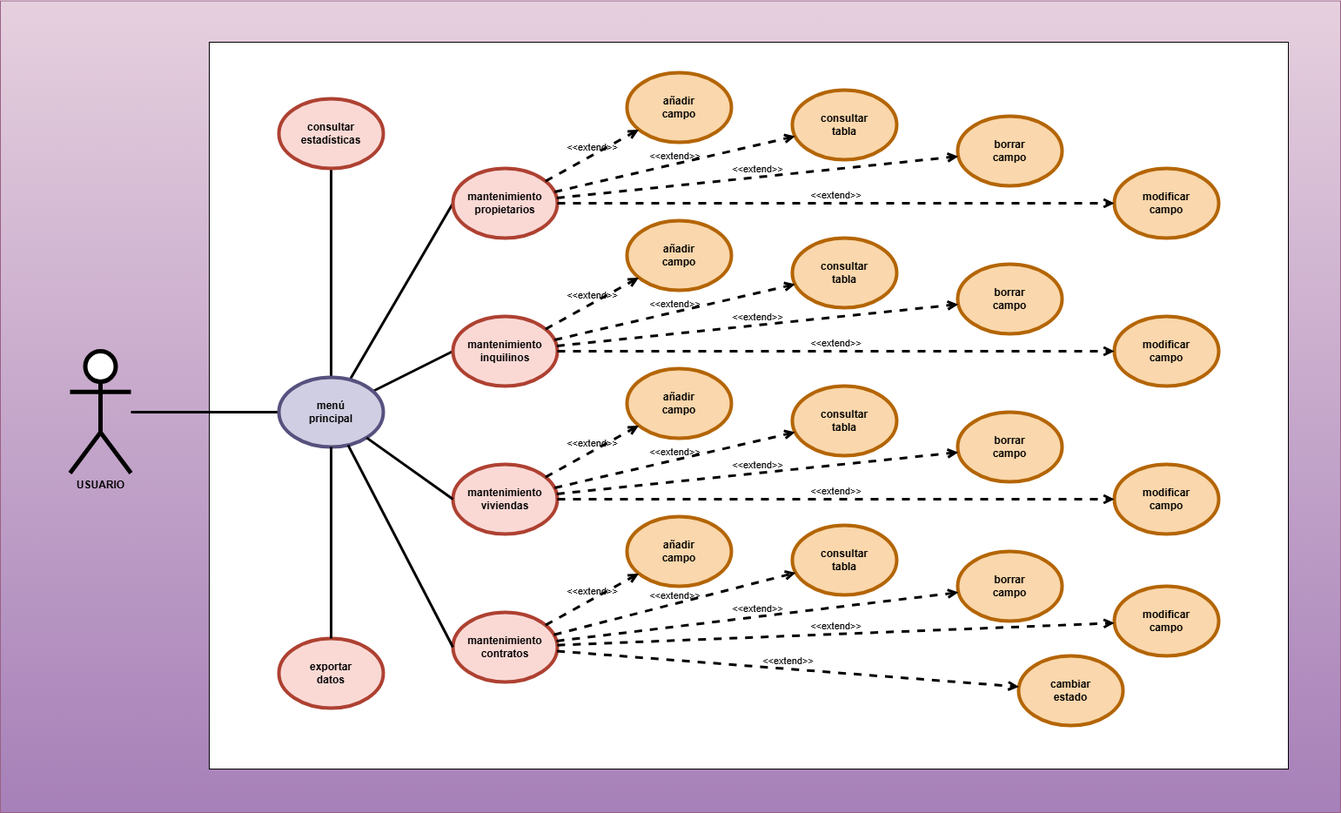
ahdexito/alquilaria keeps this draw.io diagram as DOCUMENTACION/DIAGRAMA-CASOS-USO/diagrama-casos-uso.png. Above is the earlier version. Source tidied: cells renumbered, new cells last; positions are measured from the earlier drawing's top-left corner, leaving out a move shared by most shapes.
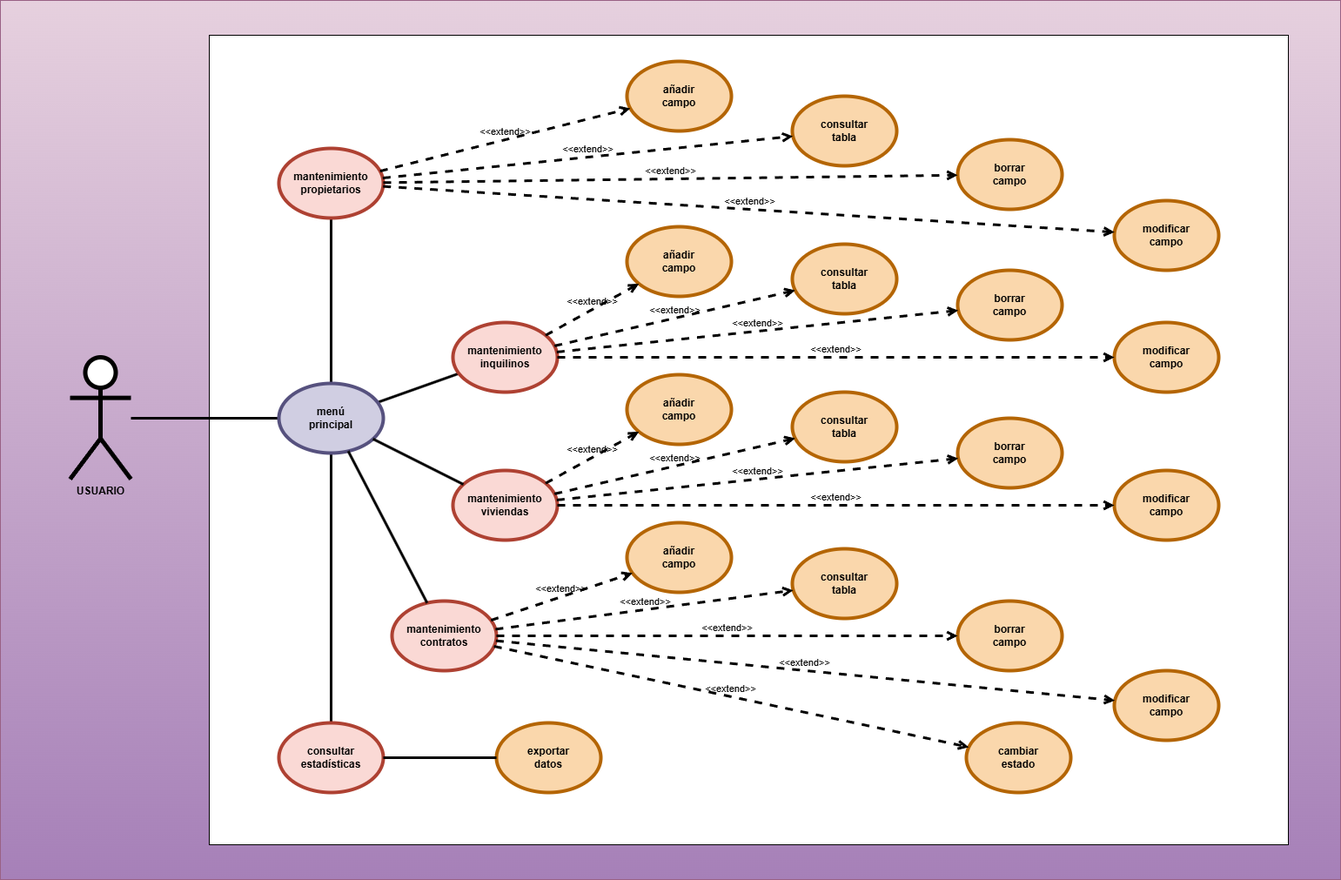
Above is the later version.

Diff of the diagram source:
```diff
@@ -3,10 +3,10 @@
     <mxCell id="0" />
     <mxCell id="1" parent="0" />
     <mxCell id="2" style="rounded=0;whiteSpace=wrap;html=1;fillColor=#e6d0de;strokeColor=#996185;gradientColor=#A680B8;" parent="1" vertex="1">
-      <mxGeometry y="-0.5" width="1540" height="932.5" as="geometry" />
+      <mxGeometry y="-8" width="1540" height="1010" as="geometry" />
     </mxCell>
     <mxCell id="3" style="rounded=0;whiteSpace=wrap;html=1;" parent="1" vertex="1">
-      <mxGeometry x="240" y="47" width="1240" height="835" as="geometry" />
+      <mxGeometry x="240" y="32" width="1240" height="930" as="geometry" />
     </mxCell>
     <mxCell id="4" style="rounded=0;jettySize=auto;html=1;endArrow=none;startFill=0;strokeWidth=3;" parent="1" edge="1" source="5" target="9">
       <mxGeometry relative="1" as="geometry" />
@@ -14,35 +14,35 @@
     <mxCell id="5" value="&lt;b&gt;USUARIO&lt;/b&gt;" style="shape=umlActor;verticalLabelPosition=bottom;verticalAlign=top;html=1;outlineConnect=0;labelBackgroundColor=none;strokeWidth=5;" parent="1" vertex="1">
       <mxGeometry x="80" y="402" width="70" height="140" as="geometry" />
     </mxCell>
-    <mxCell id="6" style="rounded=0;jettySize=auto;html=1;entryX=0;entryY=0.5;entryDx=0;entryDy=0;labelBackgroundColor=none;fontColor=default;endArrow=none;startFill=0;strokeWidth=3;" parent="1" edge="1" source="9" target="10">
+    <mxCell id="6" style="rounded=0;jettySize=auto;html=1;labelBackgroundColor=none;fontColor=default;endArrow=none;startFill=0;strokeWidth=3;" parent="1" edge="1" source="9" target="10">
       <mxGeometry relative="1" as="geometry" />
     </mxCell>
-    <mxCell id="7" style="rounded=0;jettySize=auto;html=1;entryX=0.5;entryY=0;entryDx=0;entryDy=0;labelBackgroundColor=none;fontColor=default;strokeWidth=3;" parent="1" edge="1" source="9" target="13">
+    <mxCell id="7" style="rounded=0;jettySize=auto;html=1;labelBackgroundColor=none;fontColor=default;strokeWidth=3;entryX=0.5;entryY=1;entryDx=0;entryDy=0;" parent="1" edge="1" source="9" target="13">
       <mxGeometry relative="1" as="geometry" />
     </mxCell>
-    <mxCell id="8" style="rounded=0;jettySize=auto;html=1;entryX=0;entryY=0.5;entryDx=0;entryDy=0;endArrow=none;startFill=0;strokeWidth=3;" parent="1" edge="1" source="9" target="20">
+    <mxCell id="8" style="rounded=0;jettySize=auto;html=1;endArrow=none;startFill=0;strokeWidth=3;" parent="1" edge="1" source="9" target="20">
       <mxGeometry relative="1" as="geometry" />
     </mxCell>
     <mxCell id="9" value="&lt;b&gt;menú&lt;/b&gt;&lt;div&gt;&lt;b&gt;principal&lt;/b&gt;&lt;/div&gt;" style="ellipse;whiteSpace=wrap;html=1;labelBackgroundColor=none;fillColor=#d0cee2;strokeColor=#56517e;strokeWidth=4;" parent="1" vertex="1">
       <mxGeometry x="320" y="432" width="120" height="80" as="geometry" />
     </mxCell>
     <mxCell id="10" value="&lt;div&gt;&lt;b&gt;mantenimiento&lt;/b&gt;&lt;/div&gt;&lt;div&gt;&lt;b&gt;propietarios&lt;br&gt;&lt;/b&gt;&lt;/div&gt;" style="ellipse;whiteSpace=wrap;html=1;labelBackgroundColor=none;fillColor=#fad9d5;strokeColor=#ae4132;strokeWidth=4;" parent="1" vertex="1">
-      <mxGeometry x="520" y="192" width="120" height="80" as="geometry" />
+      <mxGeometry x="320" y="162" width="120" height="80" as="geometry" />
     </mxCell>
     <mxCell id="11" value="&lt;div&gt;&lt;b&gt;añadir&lt;/b&gt;&lt;/div&gt;&lt;div&gt;&lt;b&gt;campo&lt;br&gt;&lt;/b&gt;&lt;/div&gt;" style="ellipse;whiteSpace=wrap;html=1;labelBackgroundColor=none;fillColor=#fad7ac;strokeColor=#b46504;strokeWidth=4;" parent="1" vertex="1">
-      <mxGeometry x="720" y="82" width="120" height="80" as="geometry" />
+      <mxGeometry x="720" y="62" width="120" height="80" as="geometry" />
     </mxCell>
     <mxCell id="12" value="&lt;div&gt;&lt;b&gt;consultar&lt;/b&gt;&lt;/div&gt;&lt;div&gt;&lt;b&gt;tabla&lt;br&gt;&lt;/b&gt;&lt;/div&gt;" style="ellipse;whiteSpace=wrap;html=1;labelBackgroundColor=none;fillColor=#fad7ac;strokeColor=#b46504;strokeWidth=4;" parent="1" vertex="1">
       <mxGeometry x="910" y="102" width="120" height="80" as="geometry" />
     </mxCell>
     <mxCell id="13" value="&lt;div&gt;&lt;b&gt;consultar&lt;/b&gt;&lt;/div&gt;&lt;div&gt;&lt;b&gt;estadísticas&lt;br&gt;&lt;/b&gt;&lt;/div&gt;" style="ellipse;whiteSpace=wrap;html=1;labelBackgroundColor=none;fillColor=#fad9d5;strokeColor=#ae4132;strokeWidth=4;" parent="1" vertex="1">
-      <mxGeometry x="320" y="112" width="120" height="80" as="geometry" />
+      <mxGeometry x="320" y="822" width="120" height="80" as="geometry" />
     </mxCell>
     <mxCell id="14" value="&lt;div&gt;&lt;b&gt;borrar&lt;/b&gt;&lt;/div&gt;&lt;div&gt;&lt;b&gt;campo&lt;br&gt;&lt;/b&gt;&lt;/div&gt;" style="ellipse;whiteSpace=wrap;html=1;labelBackgroundColor=none;fillColor=#fad7ac;strokeColor=#b46504;strokeWidth=4;" parent="1" vertex="1">
-      <mxGeometry x="1100" y="132" width="120" height="80" as="geometry" />
+      <mxGeometry x="1100" y="152" width="120" height="80" as="geometry" />
     </mxCell>
     <mxCell id="15" value="&lt;div&gt;&lt;b&gt;modificar&lt;/b&gt;&lt;/div&gt;&lt;div&gt;&lt;b&gt;campo&lt;br&gt;&lt;/b&gt;&lt;/div&gt;" style="ellipse;whiteSpace=wrap;html=1;labelBackgroundColor=none;fillColor=#fad7ac;strokeColor=#b46504;strokeWidth=4;" parent="1" vertex="1">
-      <mxGeometry x="1280" y="192" width="120" height="80" as="geometry" />
+      <mxGeometry x="1280" y="222" width="120" height="80" as="geometry" />
     </mxCell>
     <mxCell id="16" value="&amp;lt;&amp;lt;extend&amp;gt;&amp;gt;" style="html=1;verticalAlign=bottom;labelBackgroundColor=none;endArrow=open;endFill=0;dashed=1;rounded=0;strokeWidth=3;" parent="1" edge="1" source="10" target="11">
       <mxGeometry relative="1" as="geometry" />
@@ -111,19 +111,19 @@
       <mxGeometry relative="1" as="geometry" />
     </mxCell>
     <mxCell id="38" value="&lt;div&gt;&lt;b&gt;mantenimiento&lt;/b&gt;&lt;/div&gt;&lt;div&gt;&lt;b&gt;contratos&lt;br&gt;&lt;/b&gt;&lt;/div&gt;" style="ellipse;whiteSpace=wrap;html=1;labelBackgroundColor=none;fillColor=#fad9d5;strokeColor=#ae4132;strokeWidth=4;" parent="1" vertex="1">
-      <mxGeometry x="520" y="702" width="120" height="80" as="geometry" />
+      <mxGeometry x="450" y="682" width="120" height="80" as="geometry" />
     </mxCell>
     <mxCell id="39" value="&lt;div&gt;&lt;b&gt;cambiar&lt;/b&gt;&lt;/div&gt;&lt;div&gt;&lt;b&gt;estado&lt;br&gt;&lt;/b&gt;&lt;/div&gt;" style="ellipse;whiteSpace=wrap;html=1;labelBackgroundColor=none;fillColor=#fad7ac;strokeColor=#b46504;strokeWidth=4;" parent="1" vertex="1">
-      <mxGeometry x="1170" y="752" width="120" height="80" as="geometry" />
+      <mxGeometry x="1110" y="822" width="120" height="80" as="geometry" />
     </mxCell>
     <mxCell id="40" value="&lt;div&gt;&lt;b&gt;consultar&lt;/b&gt;&lt;/div&gt;&lt;div&gt;&lt;b&gt;tabla&lt;br&gt;&lt;/b&gt;&lt;/div&gt;" style="ellipse;whiteSpace=wrap;html=1;labelBackgroundColor=none;fillColor=#fad7ac;strokeColor=#b46504;strokeWidth=4;" parent="1" vertex="1">
-      <mxGeometry x="910" y="602" width="120" height="80" as="geometry" />
+      <mxGeometry x="910" y="622" width="120" height="80" as="geometry" />
     </mxCell>
     <mxCell id="41" value="&lt;div&gt;&lt;b&gt;borrar&lt;/b&gt;&lt;/div&gt;&lt;div&gt;&lt;b&gt;campo&lt;br&gt;&lt;/b&gt;&lt;/div&gt;" style="ellipse;whiteSpace=wrap;html=1;labelBackgroundColor=none;fillColor=#fad7ac;strokeColor=#b46504;strokeWidth=4;" parent="1" vertex="1">
-      <mxGeometry x="1100" y="632" width="120" height="80" as="geometry" />
+      <mxGeometry x="1100" y="682" width="120" height="80" as="geometry" />
     </mxCell>
     <mxCell id="42" value="&lt;div&gt;&lt;b&gt;modificar&lt;/b&gt;&lt;/div&gt;&lt;div&gt;&lt;b&gt;campo&lt;br&gt;&lt;/b&gt;&lt;/div&gt;" style="ellipse;whiteSpace=wrap;html=1;labelBackgroundColor=none;fillColor=#fad7ac;strokeColor=#b46504;strokeWidth=4;" parent="1" vertex="1">
-      <mxGeometry x="1280" y="672" width="120" height="80" as="geometry" />
+      <mxGeometry x="1280" y="762" width="120" height="80" as="geometry" />
     </mxCell>
     <mxCell id="43" value="&amp;lt;&amp;lt;extend&amp;gt;&amp;gt;" style="html=1;verticalAlign=bottom;labelBackgroundColor=none;endArrow=open;endFill=0;dashed=1;rounded=0;strokeWidth=3;" parent="1" edge="1" source="38" target="39">
       <mxGeometry relative="1" as="geometry" />
@@ -137,16 +137,16 @@
     <mxCell id="46" value="&amp;lt;&amp;lt;extend&amp;gt;&amp;gt;" style="html=1;verticalAlign=bottom;labelBackgroundColor=none;endArrow=open;endFill=0;dashed=1;rounded=0;strokeWidth=3;" parent="1" edge="1" source="38" target="42">
       <mxGeometry relative="1" as="geometry" />
     </mxCell>
-    <mxCell id="47" style="rounded=0;jettySize=auto;html=1;entryX=0;entryY=0.5;entryDx=0;entryDy=0;endArrow=none;startFill=0;strokeWidth=3;" parent="1" edge="1" source="9" target="29">
+    <mxCell id="47" style="rounded=0;jettySize=auto;html=1;endArrow=none;startFill=0;strokeWidth=3;" parent="1" edge="1" source="9" target="29">
       <mxGeometry relative="1" as="geometry" />
     </mxCell>
-    <mxCell id="48" style="rounded=0;jettySize=auto;html=1;entryX=0;entryY=0.5;entryDx=0;entryDy=0;endArrow=none;startFill=0;strokeWidth=3;" parent="1" edge="1" source="9" target="38">
+    <mxCell id="48" style="rounded=0;jettySize=auto;html=1;endArrow=none;startFill=0;strokeWidth=3;" parent="1" edge="1" source="9" target="38">
       <mxGeometry relative="1" as="geometry" />
     </mxCell>
-    <mxCell id="49" value="&lt;div&gt;&lt;b&gt;exportar&lt;/b&gt;&lt;/div&gt;&lt;div&gt;&lt;b&gt;datos&lt;br&gt;&lt;/b&gt;&lt;/div&gt;" style="ellipse;whiteSpace=wrap;html=1;labelBackgroundColor=none;fillColor=#fad9d5;strokeColor=#ae4132;strokeWidth=4;" parent="1" vertex="1">
-      <mxGeometry x="320" y="732" width="120" height="80" as="geometry" />
+    <mxCell id="49" value="&lt;div&gt;&lt;b&gt;exportar&lt;/b&gt;&lt;/div&gt;&lt;div&gt;&lt;b&gt;datos&lt;br&gt;&lt;/b&gt;&lt;/div&gt;" style="ellipse;whiteSpace=wrap;html=1;labelBackgroundColor=none;fillColor=#fad7ac;strokeColor=#b46504;strokeWidth=4;align=center;verticalAlign=middle;fontFamily=Helvetica;fontSize=12;fontColor=default;" parent="1" vertex="1">
+      <mxGeometry x="570" y="822" width="120" height="80" as="geometry" />
     </mxCell>
-    <mxCell id="50" style="rounded=0;jettySize=auto;html=1;labelBackgroundColor=none;fontColor=default;exitX=0.5;exitY=0;exitDx=0;exitDy=0;endArrow=none;startFill=0;strokeWidth=3;" parent="1" edge="1" source="49" target="9">
+    <mxCell id="50" style="rounded=0;jettySize=auto;html=1;labelBackgroundColor=none;fontColor=default;exitX=0;exitY=0.5;exitDx=0;exitDy=0;endArrow=none;startFill=0;strokeWidth=3;" parent="1" edge="1" source="49" target="13">
       <mxGeometry relative="1" as="geometry" />
     </mxCell>
     <mxCell id="51" value="&lt;div&gt;&lt;b&gt;añadir&lt;/b&gt;&lt;/div&gt;&lt;div&gt;&lt;b&gt;campo&lt;br&gt;&lt;/b&gt;&lt;/div&gt;" style="ellipse;whiteSpace=wrap;html=1;labelBackgroundColor=none;fillColor=#fad7ac;strokeColor=#b46504;strokeWidth=4;" parent="1" vertex="1">
```
